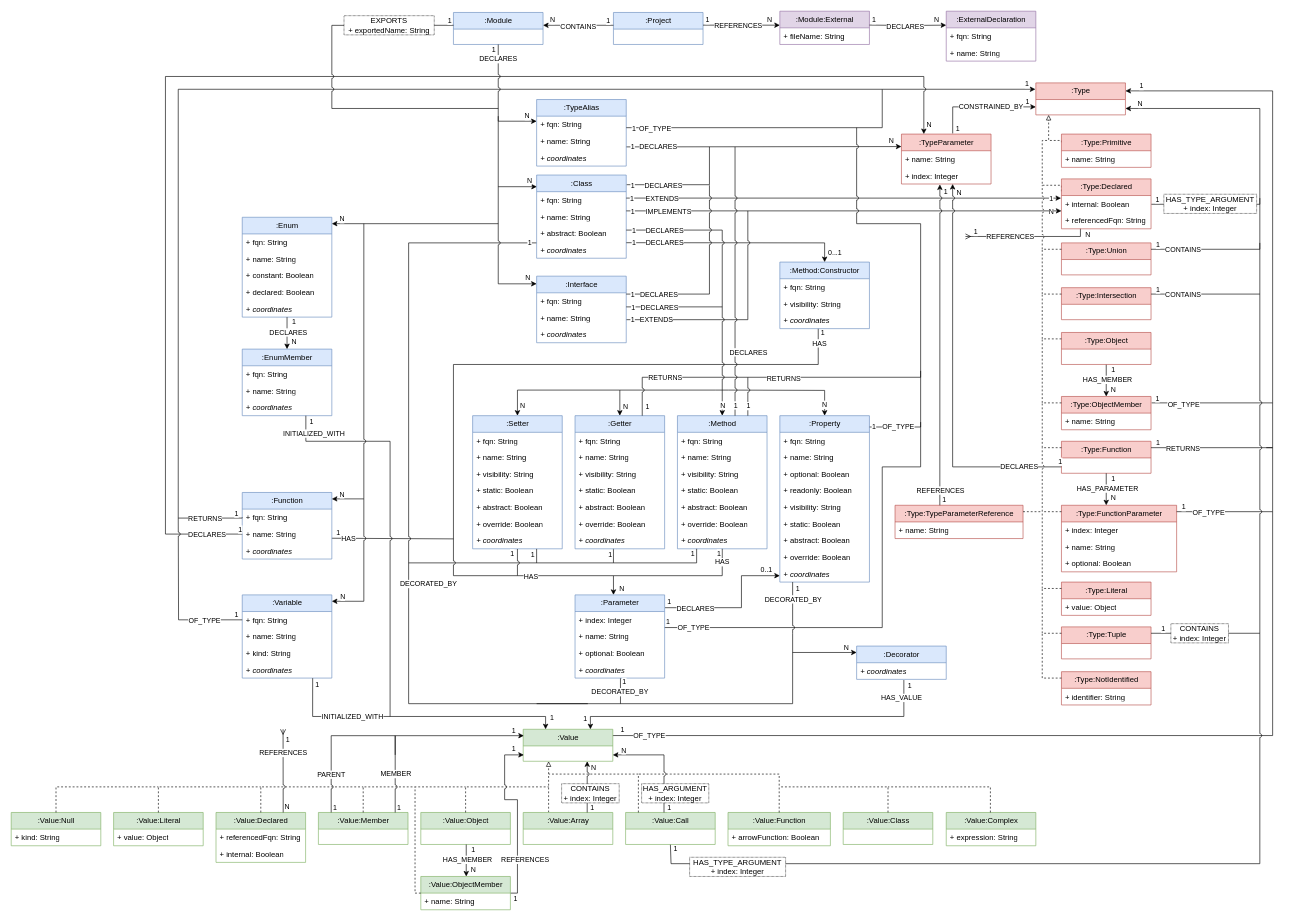
Earlier version of the draw.io diagram docs/jqa-ts-plugin-model.drawio (jqassistant-plugin/jqassistant-typescript-plugin). Source tidied: cells renumbered, new cells numbered last; positions are measured from the earlier drawing's top-left corner, leaving out a move shared by most shapes. Both pictures are drawn from the tidied source at 64%, with x=0, y=0 at pixel (11, 11).
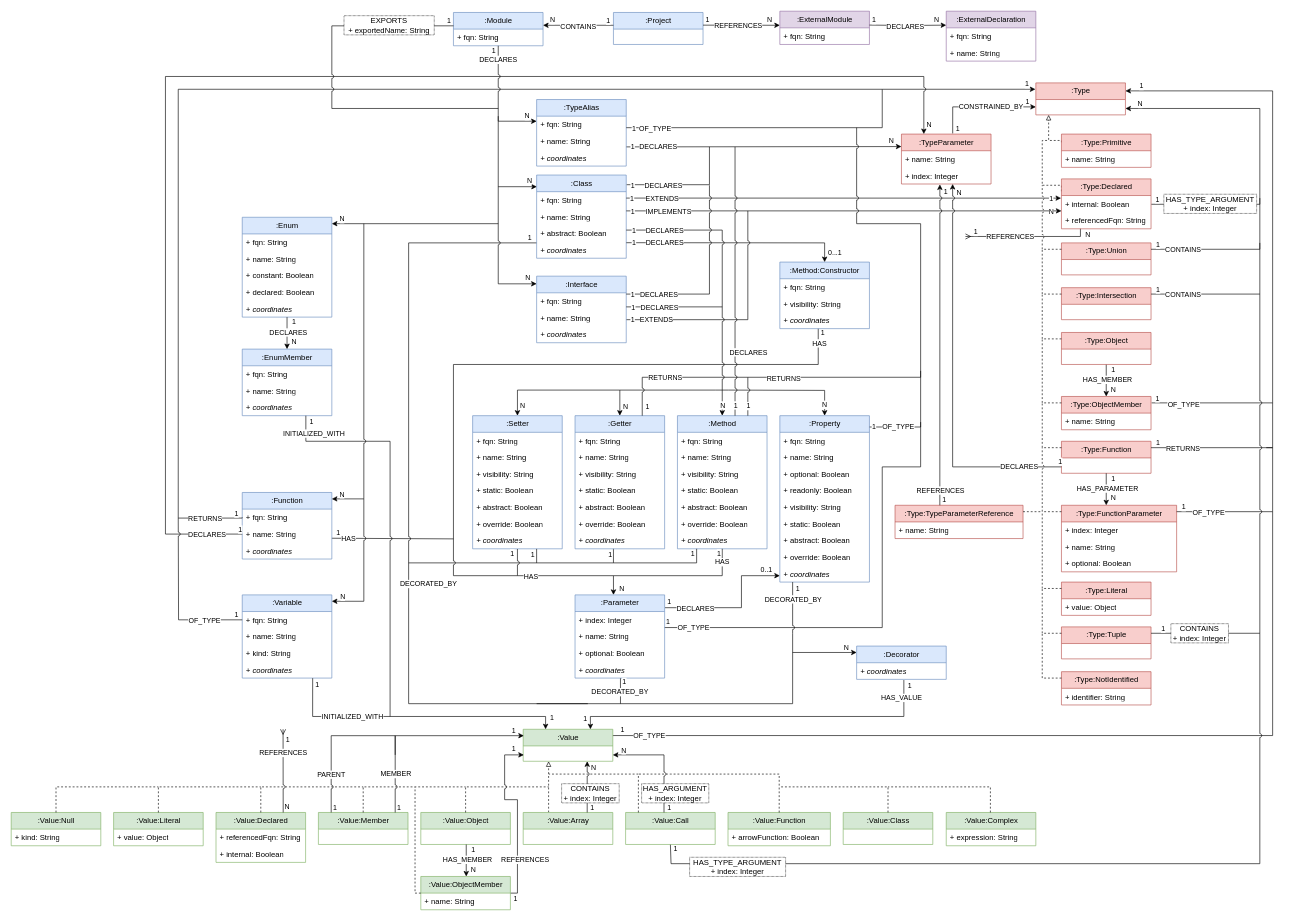
Above is the later version.

The change refers to these unchanged cells:
```xml
<mxCell id="8" style="endArrow=none;html=1;rounded=0;edgeStyle=orthogonalEdgeStyle;jumpStyle=arc;endFill=0;" parent="1" edge="1">
  <mxGeometry relative="1" as="geometry">
    <mxPoint x="821" y="362" as="sourcePoint" />
    <mxPoint x="901" y="1082" as="targetPoint" />
    <Array as="points">
      <mxPoint x="621" y="362" />
      <mxPoint x="621" y="1082" />
      <mxPoint x="901" y="1082" />
    </Array>
  </mxGeometry>
</mxCell>
```

Diff of the diagram source:
```diff
@@
     <mxCell id="9" value="1" style="edgeLabel;html=1;align=center;verticalAlign=middle;" parent="8" vertex="1">
-      <mxGeometry x="-0.98" y="-1" relative="1" as="geometry" />
+      <mxGeometry x="-0.98" y="-1" relative="1" as="geometry">
+        <mxPoint y="-8" as="offset" />
+      </mxGeometry>
     </mxCell>
@@
     <mxCell id="88" value=":Module" style="swimlane;fontStyle=0;horizontal=1;startSize=26;fillColor=#dae8fc;html=1;strokeColor=#6c8ebf;" parent="1" vertex="1">
-      <mxGeometry x="691" y="2" width="140" height="50" as="geometry" />
+      <mxGeometry x="691" y="2" width="140" height="52" as="geometry" />
     </mxCell>
+    <mxCell id="383" value="+ fqn: String" style="text;strokeColor=none;fillColor=none;align=left;verticalAlign=top;spacingLeft=4;spacingRight=4;overflow=hidden;whiteSpace=wrap;html=1;" parent="88" vertex="1">
+      <mxGeometry y="26" width="140" height="26" as="geometry" />
+    </mxCell>
@@
-    <mxCell id="342" value=":Module:External" style="swimlane;fontStyle=0;horizontal=1;startSize=26;fillColor=#e1d5e7;html=1;strokeColor=#9673a6;" parent="1" vertex="1">
+    <mxCell id="342" value=":ExternalModule" style="swimlane;fontStyle=0;horizontal=1;startSize=26;fillColor=#e1d5e7;html=1;strokeColor=#9673a6;" parent="1" vertex="1">
       <mxGeometry x="1201" width="140" height="52" as="geometry" />
     </mxCell>
-    <mxCell id="343" value="+ fileName: String" style="text;strokeColor=none;fillColor=none;align=left;verticalAlign=top;spacingLeft=4;spacingRight=4;overflow=hidden;whiteSpace=wrap;html=1;" parent="342" vertex="1">
-      <mxGeometry y="26" width="140" height="26" as="geometry" />
-    </mxCell>
+    <mxCell id="384" value="+ fqn: String" style="text;strokeColor=none;fillColor=none;align=left;verticalAlign=top;spacingLeft=4;spacingRight=4;overflow=hidden;whiteSpace=wrap;html=1;" parent="342" vertex="1">
+      <mxGeometry y="26" width="140" height="26" as="geometry" />
+    </mxCell>
-    <mxCell id="344" style="edgeStyle=orthogonalEdgeStyle;rounded=0;jettySize=auto;html=1;endArrow=none;endFill=0;startArrow=classic;startFill=1;exitX=0;exitY=0.42;exitDx=0;exitDy=0;exitPerimeter=0;" parent="1" edge="1" source="342">
+    <mxCell id="344" style="edgeStyle=orthogonalEdgeStyle;rounded=0;orthogonalLoop=1;jettySize=auto;html=1;endArrow=none;endFill=0;startArrow=classic;startFill=1;" parent="1" edge="1">
       <mxGeometry relative="1" as="geometry">
+        <mxPoint x="1201" y="22" as="sourcePoint" />
         <mxPoint x="1081" y="21.8" as="targetPoint" />
+        <Array as="points">
+          <mxPoint x="1201" y="22" />
+        </Array>
       </mxGeometry>
     </mxCell>
```
